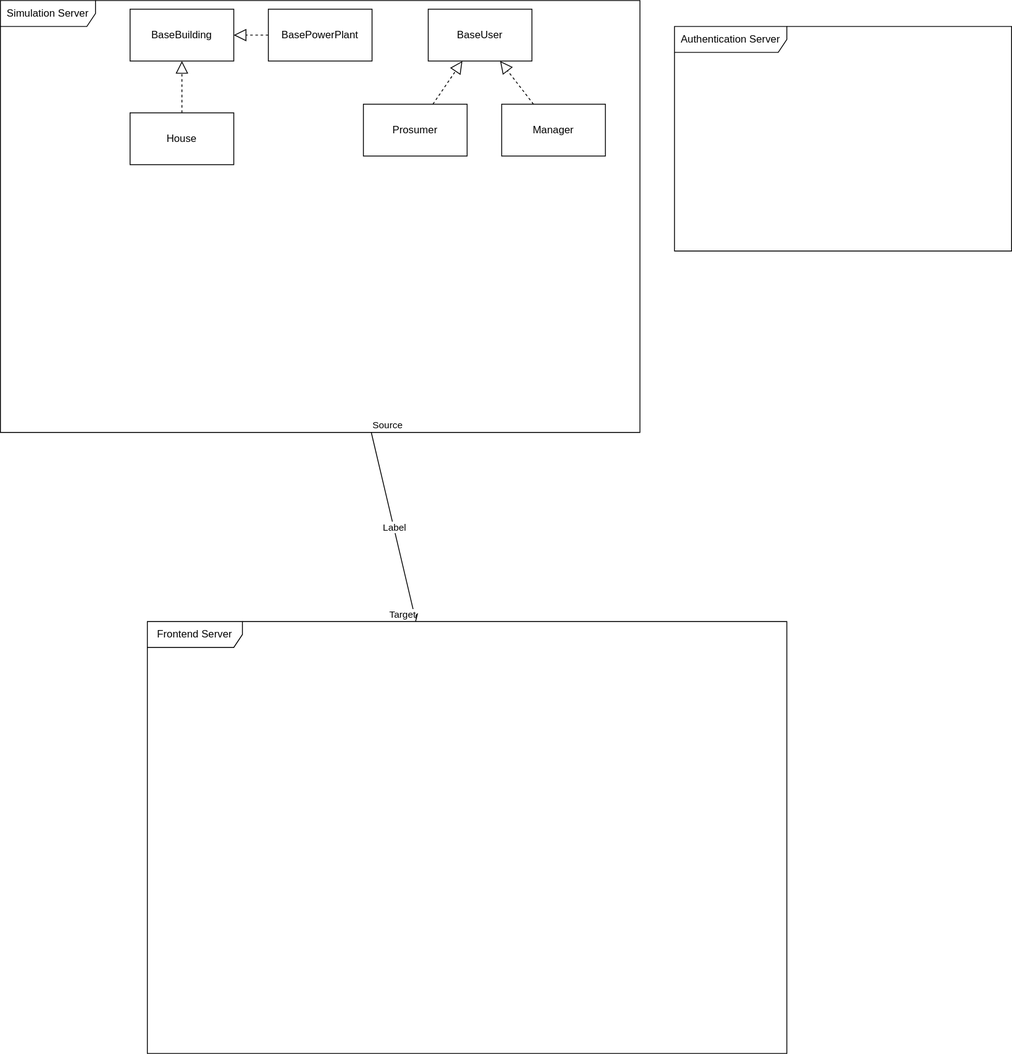
Before: system-architecture.svg, a diagram exported from draw.io (MarqusJonsson/M7011E). Source tidied: cells renumbered, new cells last; positions are measured from the earlier drawing's top-left corner, leaving out a move shared by most shapes.
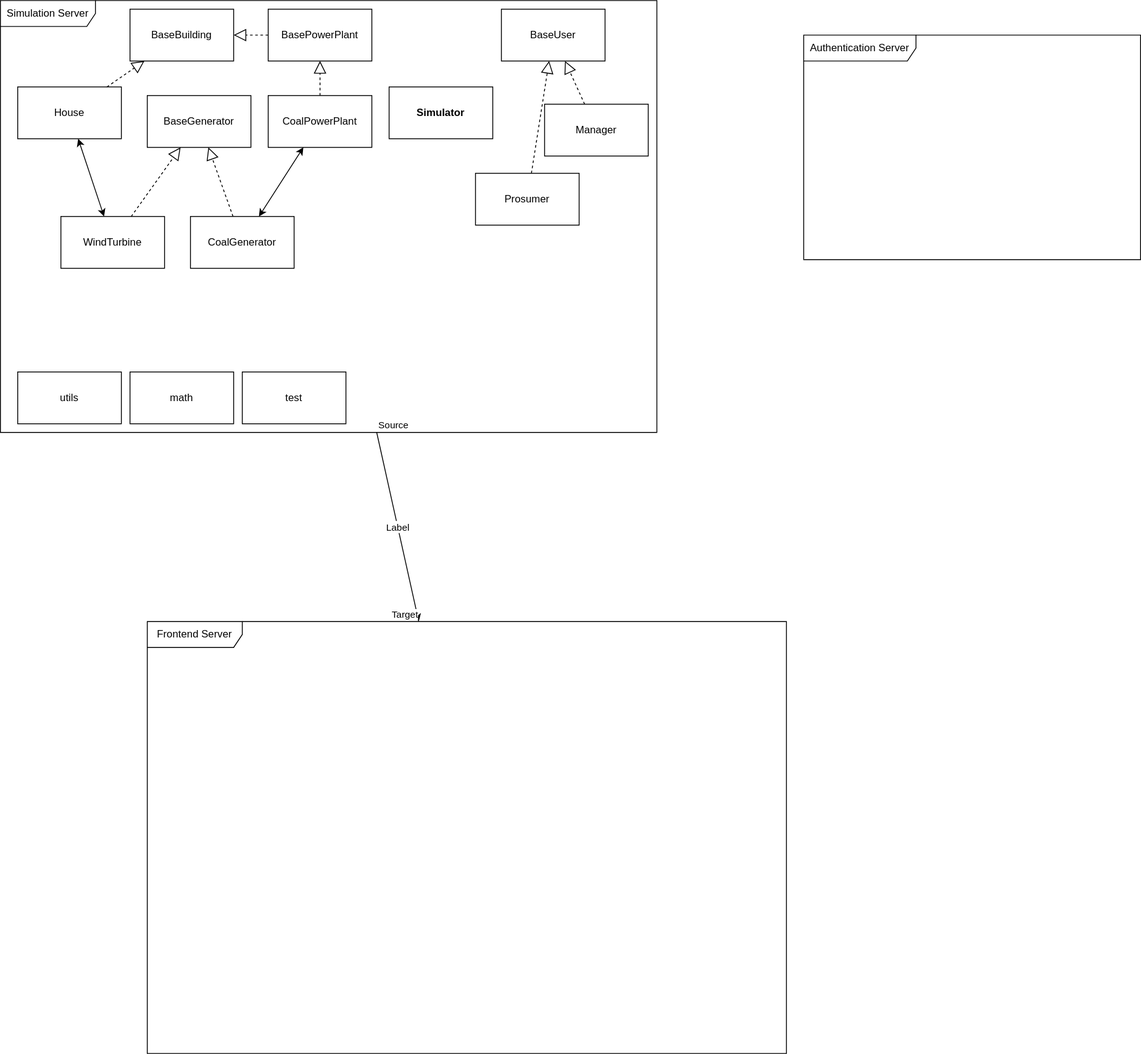
Above is the later version.

Change to the diagram source:
```diff
@@ -3,10 +3,10 @@
     <mxCell id="0" />
     <mxCell id="1" parent="0" />
     <mxCell id="2" value="Simulation Server" style="shape=umlFrame;whiteSpace=wrap;html=1;width=110;height=30;" parent="1" vertex="1">
-      <mxGeometry width="740" height="500" as="geometry" />
+      <mxGeometry width="760" height="500" as="geometry" />
     </mxCell>
     <mxCell id="3" value="Authentication Server" style="shape=umlFrame;whiteSpace=wrap;html=1;width=130;height=30;" parent="1" vertex="1">
-      <mxGeometry x="780" y="30" width="390" height="260" as="geometry" />
+      <mxGeometry x="930" y="40" width="390" height="260" as="geometry" />
     </mxCell>
     <mxCell id="4" value="Frontend Server" style="shape=umlFrame;whiteSpace=wrap;html=1;width=110;height=30;" parent="1" vertex="1">
       <mxGeometry x="170" y="719" width="740" height="500" as="geometry" />
@@ -30,10 +30,10 @@
       <mxGeometry x="150" y="10" width="120" height="60" as="geometry" />
     </mxCell>
     <mxCell id="11" value="BaseUser" style="rounded=0;whiteSpace=wrap;html=1;" parent="1" vertex="1">
-      <mxGeometry x="495" y="10" width="120" height="60" as="geometry" />
+      <mxGeometry x="580" y="10" width="120" height="60" as="geometry" />
     </mxCell>
     <mxCell id="12" value="House" style="rounded=0;whiteSpace=wrap;html=1;" parent="1" vertex="1">
-      <mxGeometry x="150" y="130" width="120" height="60" as="geometry" />
+      <mxGeometry x="20" y="100" width="120" height="60" as="geometry" />
     </mxCell>
     <mxCell id="13" style="endArrow=block;dashed=1;endFill=0;endSize=12;html=1;" parent="1" edge="1" source="12" target="10">
       <mxGeometry relative="1" as="geometry" />
@@ -42,10 +42,10 @@
       <mxGeometry relative="1" as="geometry" />
     </mxCell>
     <mxCell id="15" value="Manager" style="rounded=0;whiteSpace=wrap;html=1;" parent="1" vertex="1">
-      <mxGeometry x="580" y="120" width="120" height="60" as="geometry" />
+      <mxGeometry x="630" y="120" width="120" height="60" as="geometry" />
     </mxCell>
     <mxCell id="16" value="Prosumer" style="rounded=0;whiteSpace=wrap;html=1;" parent="1" vertex="1">
-      <mxGeometry x="420" y="120" width="120" height="60" as="geometry" />
+      <mxGeometry x="550" y="200" width="120" height="60" as="geometry" />
     </mxCell>
     <mxCell id="17" style="endArrow=block;dashed=1;endFill=0;endSize=12;html=1;" parent="1" edge="1" source="16" target="11">
       <mxGeometry relative="1" as="geometry" />
@@ -53,5 +53,44 @@
     <mxCell id="18" style="endArrow=block;dashed=1;endFill=0;endSize=12;html=1;" parent="1" edge="1" source="15" target="11">
       <mxGeometry relative="1" as="geometry" />
     </mxCell>
+    <mxCell id="19" value="BaseGenerator" style="rounded=0;whiteSpace=wrap;html=1;" parent="1" vertex="1">
+      <mxGeometry x="170" y="110" width="120" height="60" as="geometry" />
+    </mxCell>
+    <mxCell id="20" value="CoalPowerPlant" style="rounded=0;whiteSpace=wrap;html=1;" parent="1" vertex="1">
+      <mxGeometry x="310" y="110" width="120" height="60" as="geometry" />
+    </mxCell>
+    <mxCell id="21" style="endArrow=block;dashed=1;endFill=0;endSize=12;html=1;" parent="1" edge="1" source="20" target="9">
+      <mxGeometry relative="1" as="geometry" />
+    </mxCell>
+    <mxCell id="22" value="WindTurbine" style="rounded=0;whiteSpace=wrap;html=1;" parent="1" vertex="1">
+      <mxGeometry x="70" y="250" width="120" height="60" as="geometry" />
+    </mxCell>
+    <mxCell id="23" style="endArrow=block;dashed=1;endFill=0;endSize=12;html=1;" parent="1" edge="1" source="22" target="19">
+      <mxGeometry relative="1" as="geometry" />
+    </mxCell>
+    <mxCell id="24" value="CoalGenerator" style="rounded=0;whiteSpace=wrap;html=1;" parent="1" vertex="1">
+      <mxGeometry x="220" y="250" width="120" height="60" as="geometry" />
+    </mxCell>
+    <mxCell id="25" style="endArrow=block;dashed=1;endFill=0;endSize=12;html=1;" parent="1" edge="1" source="24" target="19">
+      <mxGeometry relative="1" as="geometry" />
+    </mxCell>
+    <mxCell id="26" style="endArrow=classic;startArrow=classic;html=1;" parent="1" edge="1" source="24" target="20">
+      <mxGeometry relative="1" as="geometry" />
+    </mxCell>
+    <mxCell id="27" style="endArrow=classic;startArrow=classic;html=1;" parent="1" edge="1" source="22" target="12">
+      <mxGeometry relative="1" as="geometry" />
+    </mxCell>
+    <mxCell id="28" value="&lt;b&gt;Simulator&lt;/b&gt;" style="rounded=0;whiteSpace=wrap;html=1;" parent="1" vertex="1">
+      <mxGeometry x="450" y="100" width="120" height="60" as="geometry" />
+    </mxCell>
+    <mxCell id="29" value="utils" style="rounded=0;whiteSpace=wrap;html=1;" parent="1" vertex="1">
+      <mxGeometry x="20" y="430" width="120" height="60" as="geometry" />
+    </mxCell>
+    <mxCell id="30" value="math" style="rounded=0;whiteSpace=wrap;html=1;" parent="1" vertex="1">
+      <mxGeometry x="150" y="430" width="120" height="60" as="geometry" />
+    </mxCell>
+    <mxCell id="31" value="test" style="rounded=0;whiteSpace=wrap;html=1;" parent="1" vertex="1">
+      <mxGeometry x="280" y="430" width="120" height="60" as="geometry" />
+    </mxCell>
   </root>
 </mxGraphModel>
```
